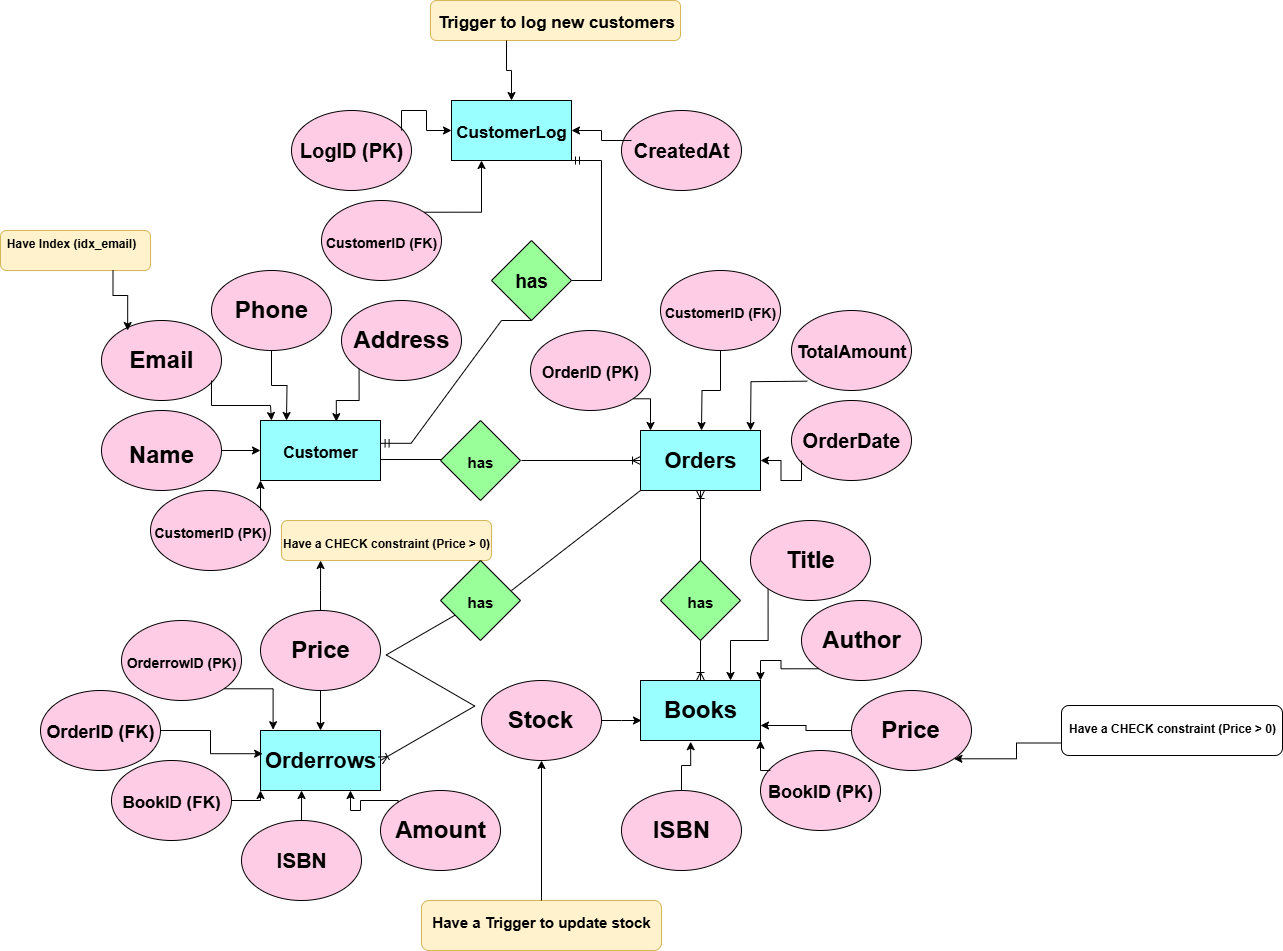
Above: images/Inlämning1.drawio.png in Sanlun90/inlamning1 (draw.io), before the change. Source tidied: cells renumbered, new cells last; positions are measured from the earlier drawing's top-left corner, leaving out a move shared by most shapes.
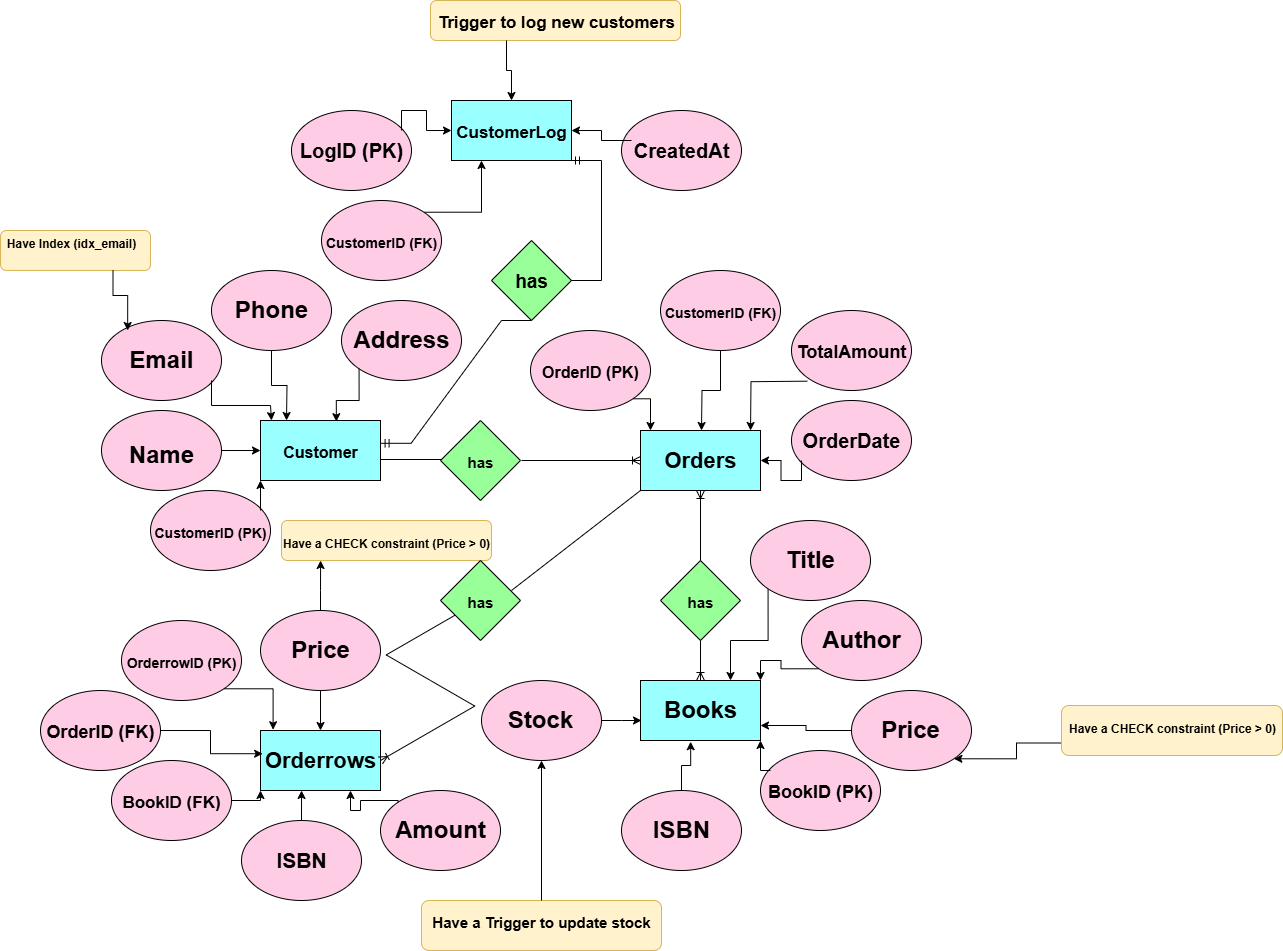
Above is the later version.

The edit, as a diff of the source:
```diff
@@ -5,7 +5,7 @@
     <mxCell id="2" style="edgeStyle=orthogonalEdgeStyle;rounded=0;jettySize=auto;html=1;exitX=0;exitY=0.75;exitDx=0;exitDy=0;entryX=1;entryY=1;entryDx=0;entryDy=0;" parent="1" edge="1" source="3" target="51">
       <mxGeometry relative="1" as="geometry" />
     </mxCell>
-    <mxCell id="3" style="rounded=1;whiteSpace=wrap;html=1;" parent="1" vertex="1">
+    <mxCell id="3" style="rounded=1;whiteSpace=wrap;html=1;fillColor=#fff2cc;strokeColor=#d6b656;" parent="1" vertex="1">
       <mxGeometry x="1061" y="705" width="221" height="50" as="geometry" />
     </mxCell>
     <mxCell id="4" style="rounded=1;whiteSpace=wrap;html=1;fillColor=#fff2cc;strokeColor=#d6b656;" parent="1" vertex="1">
```
